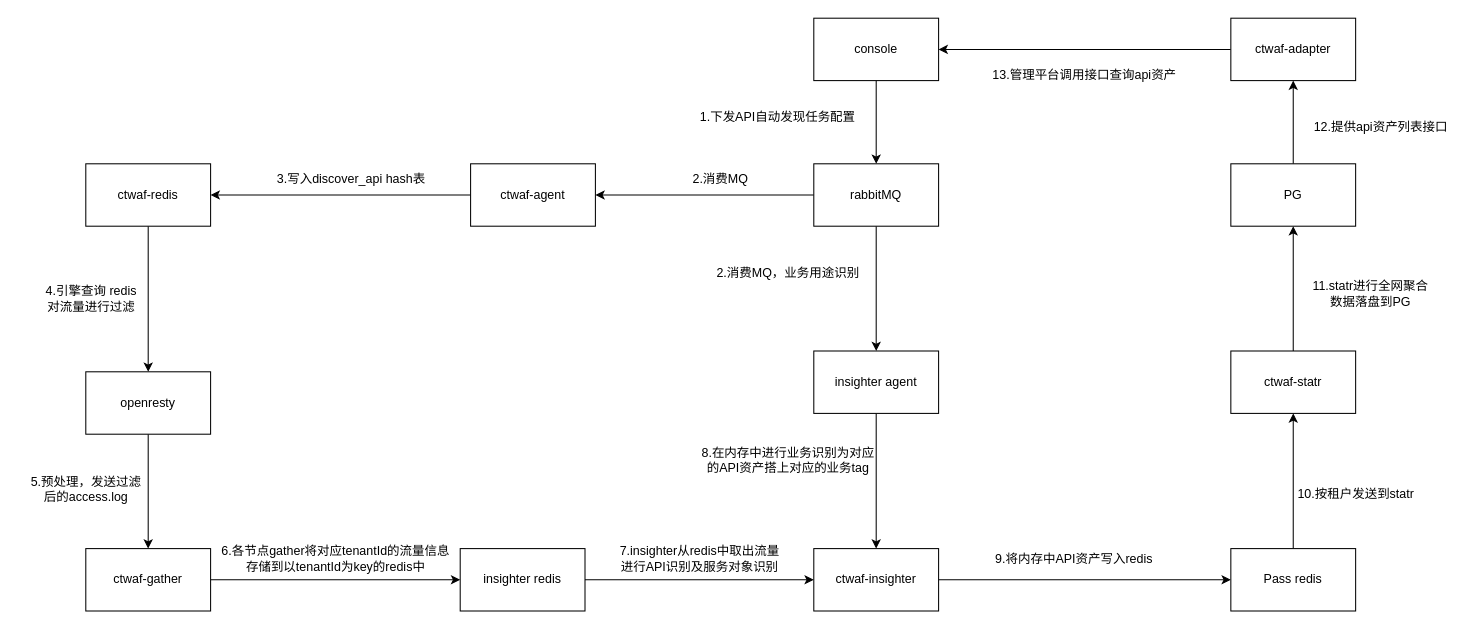
allurelzh/flask_demo keeps this draw.io diagram as 未命名绘图.drawio. Above is the earlier version. Source tidied: cells renumbered, new cells numbered last; positions are measured from the earlier drawing's top-left corner, leaving out a move shared by most shapes. Both pictures are drawn from the tidied source at 104%, with x=0, y=0 at pixel (18, 18).
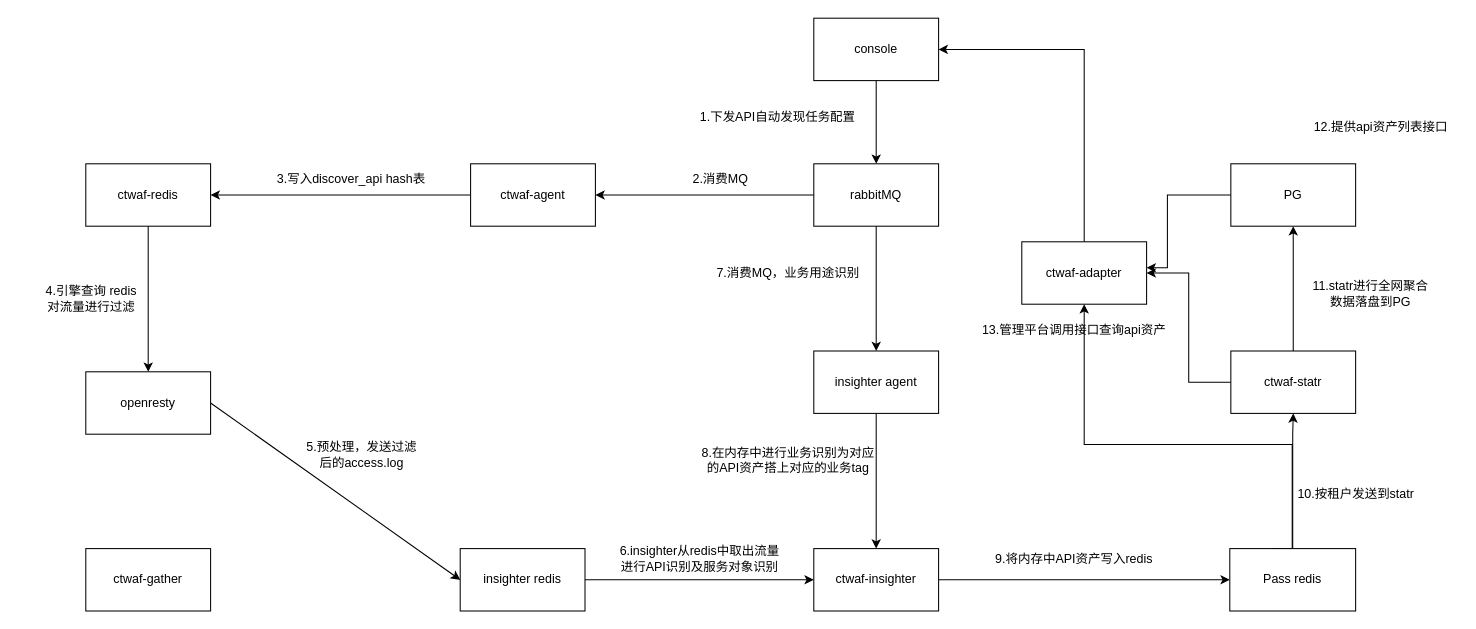
Above is the later version.

Commit message (it also covers changes not shown here):
更新未命名绘图.drawio

Unchanged cells that the change refers to:
```xml
<mxCell id="5" value="openresty" style="rounded=0;whiteSpace=wrap;html=1;" parent="1" vertex="1">
  <mxGeometry x="65" y="340" width="120" height="60" as="geometry" />
</mxCell>
<mxCell id="7" value="console" style="rounded=0;whiteSpace=wrap;html=1;" parent="1" vertex="1">
  <mxGeometry x="765" width="120" height="60" as="geometry" />
</mxCell>
<mxCell id="20" value="insighter redis" style="rounded=0;whiteSpace=wrap;html=1;" parent="1" vertex="1">
  <mxGeometry x="425" y="510" width="120" height="60" as="geometry" />
</mxCell>
<mxCell id="25" value="ctwaf-gather" style="rounded=0;whiteSpace=wrap;html=1;" parent="1" vertex="1">
  <mxGeometry x="65" y="510" width="120" height="60" as="geometry" />
</mxCell>
<mxCell id="34" value="ctwaf-statr" style="rounded=0;whiteSpace=wrap;html=1;" parent="1" vertex="1">
  <mxGeometry x="1166" y="320" width="120" height="60" as="geometry" />
</mxCell>
<mxCell id="37" value="PG" style="rounded=0;whiteSpace=wrap;html=1;" parent="1" vertex="1">
  <mxGeometry x="1166" y="140" width="120" height="60" as="geometry" />
</mxCell>
```

The edit, as a diff of the source:
```diff
@@
-    <mxCell id="4" style="edgeStyle=orthogonalEdgeStyle;rounded=0;jettySize=auto;html=1;exitX=0.5;exitY=1;exitDx=0;exitDy=0;entryX=0.5;entryY=0;entryDx=0;entryDy=0;" parent="1" edge="1" source="5" target="25">
-      <mxGeometry relative="1" as="geometry" />
-    </mxCell>
+    <mxCell id="43" style="rounded=0;jettySize=auto;html=1;exitX=1;exitY=0.5;exitDx=0;exitDy=0;entryX=0;entryY=0.5;entryDx=0;entryDy=0;" parent="1" edge="1" source="5" target="20">
+      <mxGeometry relative="1" as="geometry" />
+    </mxCell>
@@
-    <mxCell id="23" value="2.消费MQ，业务用途识别" style="text;html=1;align=center;verticalAlign=middle;strokeColor=none;fillColor=none;" parent="1" vertex="1">
+    <mxCell id="23" value="7.消费MQ，业务用途识别" style="text;html=1;align=center;verticalAlign=middle;strokeColor=none;fillColor=none;" parent="1" vertex="1">
       <mxGeometry x="660" y="230" width="160" height="30" as="geometry" />
     </mxCell>
-    <mxCell id="24" style="edgeStyle=orthogonalEdgeStyle;rounded=0;jettySize=auto;html=1;exitX=1;exitY=0.5;exitDx=0;exitDy=0;entryX=0;entryY=0.5;entryDx=0;entryDy=0;" parent="1" edge="1" source="25" target="20">
-      <mxGeometry relative="1" as="geometry" />
-    </mxCell>
@@
     <mxCell id="26" value="5.预处理，发送过滤&lt;div&gt;后&lt;span style=&quot;background-color: initial;&quot;&gt;的&lt;/span&gt;&lt;span style=&quot;background-color: initial;&quot;&gt;access.log&lt;/span&gt;&lt;/div&gt;" style="text;html=1;align=center;verticalAlign=middle;strokeColor=none;fillColor=none;" parent="1" vertex="1">
-      <mxGeometry y="433" width="130" height="40" as="geometry" />
+      <mxGeometry x="265" y="400" width="130" height="40" as="geometry" />
     </mxCell>
-    <mxCell id="27" value="6.各节点gather将对应tenantId的流量信息&lt;div&gt;&lt;span style=&quot;background-color: initial;&quot;&gt;存储到以tenantId为key的redis中&lt;/span&gt;&lt;/div&gt;" style="text;html=1;align=center;verticalAlign=middle;strokeColor=none;fillColor=none;" parent="1" vertex="1">
-      <mxGeometry x="185" y="500" width="240" height="40" as="geometry" />
-    </mxCell>
-    <mxCell id="28" value="7.insighter从redis中取出&lt;span style=&quot;background-color: initial;&quot;&gt;流量&lt;/span&gt;&lt;div&gt;&lt;span style=&quot;background-color: initial;&quot;&gt;进行API识别及服务对象识别&lt;/span&gt;&lt;/div&gt;" style="text;html=1;align=center;verticalAlign=middle;strokeColor=none;fillColor=none;" parent="1" vertex="1">
+    <mxCell id="28" value="6.insighter从redis中取出&lt;span style=&quot;background-color: initial;&quot;&gt;流量&lt;/span&gt;&lt;div&gt;&lt;span style=&quot;background-color: initial;&quot;&gt;进行API识别及服务对象识别&lt;/span&gt;&lt;/div&gt;" style="text;html=1;align=center;verticalAlign=middle;strokeColor=none;fillColor=none;" parent="1" vertex="1">
       <mxGeometry x="565" y="500" width="180" height="40" as="geometry" />
     </mxCell>
@@
     <mxCell id="30" style="edgeStyle=orthogonalEdgeStyle;rounded=0;jettySize=auto;html=1;exitX=0.5;exitY=0;exitDx=0;exitDy=0;entryX=0.5;entryY=1;entryDx=0;entryDy=0;" parent="1" edge="1" source="31" target="34">
-      <mxGeometry relative="1" as="geometry" />
+      <mxGeometry relative="1" as="geometry">
+        <Array as="points">
+          <mxPoint x="1226" y="400" />
+          <mxPoint x="1226" y="400" />
+        </Array>
+      </mxGeometry>
     </mxCell>
+    <mxCell id="44" style="edgeStyle=orthogonalEdgeStyle;rounded=0;jettySize=auto;html=1;exitX=0.331;exitY=0;exitDx=0;exitDy=0;entryX=0.5;entryY=1;entryDx=0;entryDy=0;exitPerimeter=0;" parent="1" edge="1" source="31" target="40">
+      <mxGeometry relative="1" as="geometry">
+        <Array as="points">
+          <mxPoint x="1225" y="510" />
+          <mxPoint x="1225" y="410" />
+          <mxPoint x="1025" y="410" />
+        </Array>
+      </mxGeometry>
+    </mxCell>
     <mxCell id="31" value="Pass redis" style="rounded=0;whiteSpace=wrap;html=1;" parent="1" vertex="1">
-      <mxGeometry x="1166" y="510" width="120" height="60" as="geometry" />
+      <mxGeometry x="1165" y="510" width="121" height="60" as="geometry" />
     </mxCell>
@@
+    <mxCell id="45" style="edgeStyle=orthogonalEdgeStyle;rounded=0;jettySize=auto;html=1;exitX=0;exitY=0.5;exitDx=0;exitDy=0;entryX=1;entryY=0.5;entryDx=0;entryDy=0;" parent="1" edge="1" source="34" target="40">
+      <mxGeometry relative="1" as="geometry" />
+    </mxCell>
@@
-    <mxCell id="36" style="edgeStyle=orthogonalEdgeStyle;rounded=0;jettySize=auto;html=1;exitX=0.5;exitY=0;exitDx=0;exitDy=0;entryX=0.5;entryY=1;entryDx=0;entryDy=0;" parent="1" edge="1" source="37" target="40">
-      <mxGeometry relative="1" as="geometry" />
-    </mxCell>
+    <mxCell id="46" style="edgeStyle=orthogonalEdgeStyle;rounded=0;jettySize=auto;html=1;exitX=0;exitY=0.5;exitDx=0;exitDy=0;" parent="1" edge="1" source="37">
+      <mxGeometry relative="1" as="geometry">
+        <mxPoint x="1085" y="240" as="targetPoint" />
+        <Array as="points">
+          <mxPoint x="1105" y="170" />
+          <mxPoint x="1105" y="240" />
+        </Array>
+      </mxGeometry>
+    </mxCell>
@@
-    <mxCell id="39" style="edgeStyle=orthogonalEdgeStyle;rounded=0;jettySize=auto;html=1;exitX=0;exitY=0.5;exitDx=0;exitDy=0;entryX=1;entryY=0.5;entryDx=0;entryDy=0;" parent="1" edge="1" source="40" target="7">
+    <mxCell id="39" style="edgeStyle=orthogonalEdgeStyle;rounded=0;jettySize=auto;html=1;exitX=0.5;exitY=0;exitDx=0;exitDy=0;entryX=1;entryY=0.5;entryDx=0;entryDy=0;" parent="1" edge="1" source="40" target="7">
       <mxGeometry relative="1" as="geometry" />
     </mxCell>
     <mxCell id="40" value="ctwaf-adapter" style="rounded=0;whiteSpace=wrap;html=1;" parent="1" vertex="1">
-      <mxGeometry x="1166" width="120" height="60" as="geometry" />
+      <mxGeometry x="965" y="215" width="120" height="60" as="geometry" />
     </mxCell>
@@
     <mxCell id="42" value="13.管理平台调用接口查询api资产" style="text;html=1;align=center;verticalAlign=middle;strokeColor=none;fillColor=none;" parent="1" vertex="1">
-      <mxGeometry x="925" y="40" width="200" height="30" as="geometry" />
+      <mxGeometry x="915" y="285" width="200" height="30" as="geometry" />
     </mxCell>
```
